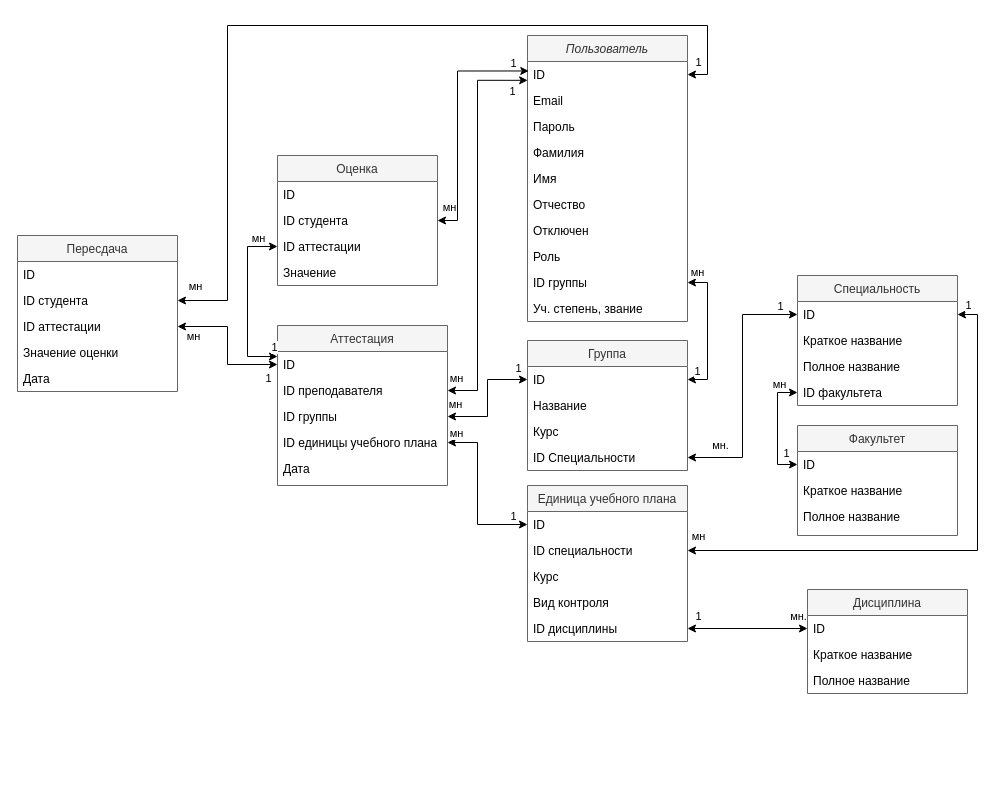
This is page "ER" (1 of 2) of диаграмма.drawio from Zemchonak/students-desktop-app, a draw.io file, before an edit. Source tidied: cells renumbered, new cells numbered last; positions are measured from the earlier drawing's top-left corner, leaving out a move shared by most shapes. Both pictures are drawn from the tidied source at 100%, with x=0, y=0 at pixel (17, 25).
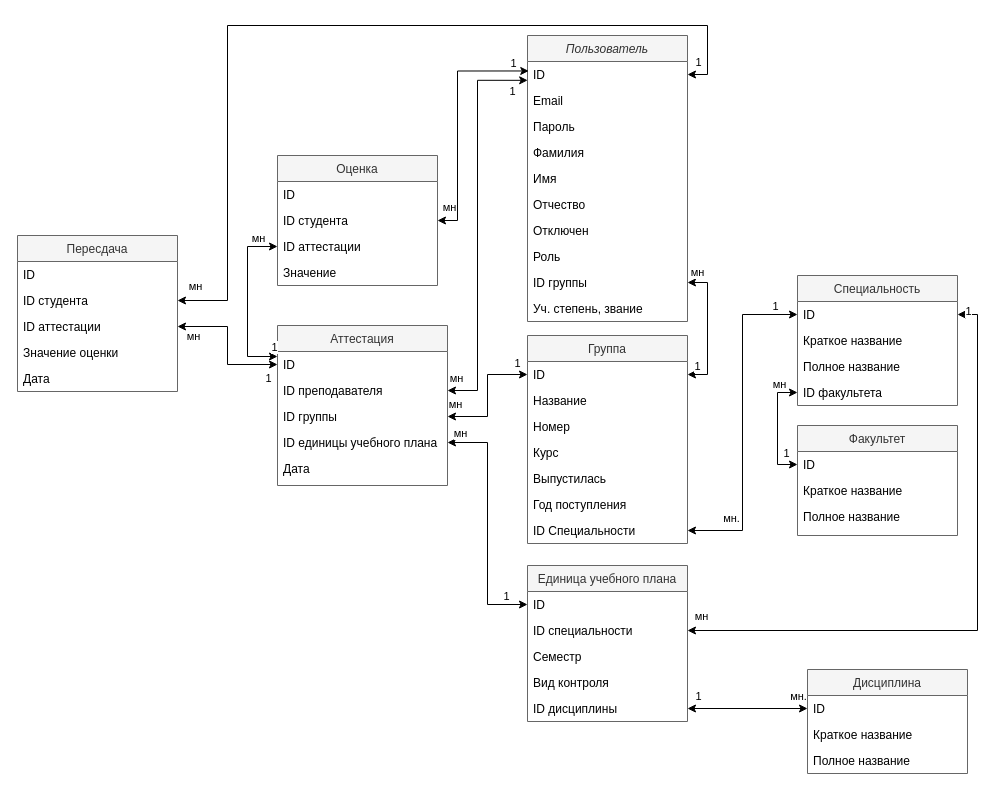
Above is the later version.

The change refers to these unchanged cells:
```xml
<mxCell id="31" value="ID единицы учебного плана" style="text;align=left;verticalAlign=top;spacingLeft=4;spacingRight=4;overflow=hidden;points=[[0,0.5],[1,0.5]];portConstraint=eastwest;" parent="27" vertex="1">
  <mxGeometry y="104" width="170" height="26" as="geometry" />
</mxCell>
<mxCell id="58" value="ID" style="text;align=left;verticalAlign=top;spacingLeft=4;spacingRight=4;overflow=hidden;points=[[0,0.5],[1,0.5]];portConstraint=eastwest;" parent="57" vertex="1">
  <mxGeometry y="26" width="160" height="26" as="geometry" />
</mxCell>
```

The edit, as a diff of the source:
```diff
@@
     <mxCell id="13" value="Группа" style="swimlane;fontStyle=0;align=center;verticalAlign=top;horizontal=1;startSize=26;rounded=0;shadow=0;strokeWidth=1;fillColor=#f5f5f5;strokeColor=#666666;fontColor=#333333;" parent="1" vertex="1">
-      <mxGeometry x="510" y="315" width="160" height="130" as="geometry" />
+      <mxGeometry x="510" y="310" width="160" height="208" as="geometry" />
     </mxCell>
@@
+    <mxCell id="90" value="Номер" style="text;align=left;verticalAlign=top;spacingLeft=4;spacingRight=4;overflow=hidden;" parent="13" vertex="1">
+      <mxGeometry y="78" width="160" height="26" as="geometry" />
+    </mxCell>
+    <mxCell id="91" value="Курс" style="text;align=left;verticalAlign=top;spacingLeft=4;spacingRight=4;overflow=hidden;rounded=0;shadow=0;html=0;" parent="13" vertex="1">
+      <mxGeometry y="104" width="160" height="26" as="geometry" />
+    </mxCell>
+    <mxCell id="92" value="Выпустилась" style="text;align=left;verticalAlign=top;spacingLeft=4;spacingRight=4;overflow=hidden;rounded=0;shadow=0;html=0;" parent="13" vertex="1">
+      <mxGeometry y="130" width="160" height="26" as="geometry" />
+    </mxCell>
-    <mxCell id="16" value="Курс" style="text;align=left;verticalAlign=top;spacingLeft=4;spacingRight=4;overflow=hidden;rounded=0;shadow=0;html=0;" parent="13" vertex="1">
-      <mxGeometry y="78" width="160" height="26" as="geometry" />
+    <mxCell id="16" value="Год поступления" style="text;align=left;verticalAlign=top;spacingLeft=4;spacingRight=4;overflow=hidden;rounded=0;shadow=0;html=0;" parent="13" vertex="1">
+      <mxGeometry y="156" width="160" height="26" as="geometry" />
     </mxCell>
     <mxCell id="17" value="ID Специальности" style="text;align=left;verticalAlign=top;spacingLeft=4;spacingRight=4;overflow=hidden;points=[[0,0.5],[1,0.5]];portConstraint=eastwest;rounded=0;shadow=0;html=0;" parent="13" vertex="1">
-      <mxGeometry y="104" width="160" height="26" as="geometry" />
+      <mxGeometry y="182" width="160" height="26" as="geometry" />
     </mxCell>
@@
     <mxCell id="23" value="Дисциплина" style="swimlane;fontStyle=0;align=center;verticalAlign=top;horizontal=1;startSize=26;rounded=0;shadow=0;strokeWidth=1;fillColor=#f5f5f5;strokeColor=#666666;fontColor=#333333;" parent="1" vertex="1">
-      <mxGeometry x="790" y="564" width="160" height="104" as="geometry" />
+      <mxGeometry x="790" y="644" width="160" height="104" as="geometry" />
     </mxCell>
@@
-    <mxCell id="33" style="edgeStyle=orthogonalEdgeStyle;rounded=0;jettySize=auto;html=1;startArrow=classic;startFill=1;" parent="1" edge="1" source="31" target="58">
-      <mxGeometry relative="1" as="geometry">
-        <Array as="points">
-          <mxPoint x="460" y="417" />
-          <mxPoint x="460" y="499" />
-        </Array>
-      </mxGeometry>
+    <mxCell id="33" style="edgeStyle=orthogonalEdgeStyle;rounded=0;jettySize=auto;html=1;startArrow=classic;startFill=1;entryX=0;entryY=0.5;entryDx=0;entryDy=0;" parent="1" edge="1" source="31" target="58">
+      <mxGeometry relative="1" as="geometry" />
     </mxCell>
@@
     <mxCell id="57" value="Единица учебного плана" style="swimlane;fontStyle=0;align=center;verticalAlign=top;horizontal=1;startSize=26;rounded=0;shadow=0;strokeWidth=1;fillColor=#f5f5f5;strokeColor=#666666;fontColor=#333333;" parent="1" vertex="1">
-      <mxGeometry x="510" y="460" width="160" height="156" as="geometry" />
+      <mxGeometry x="510" y="540" width="160" height="156" as="geometry" />
     </mxCell>
@@
-    <mxCell id="60" value="Курс" style="text;align=left;verticalAlign=top;spacingLeft=4;spacingRight=4;overflow=hidden;" parent="57" vertex="1">
+    <mxCell id="60" value="Семестр" style="text;align=left;verticalAlign=top;spacingLeft=4;spacingRight=4;overflow=hidden;" parent="57" vertex="1">
       <mxGeometry y="78" width="160" height="26" as="geometry" />
     </mxCell>
```
